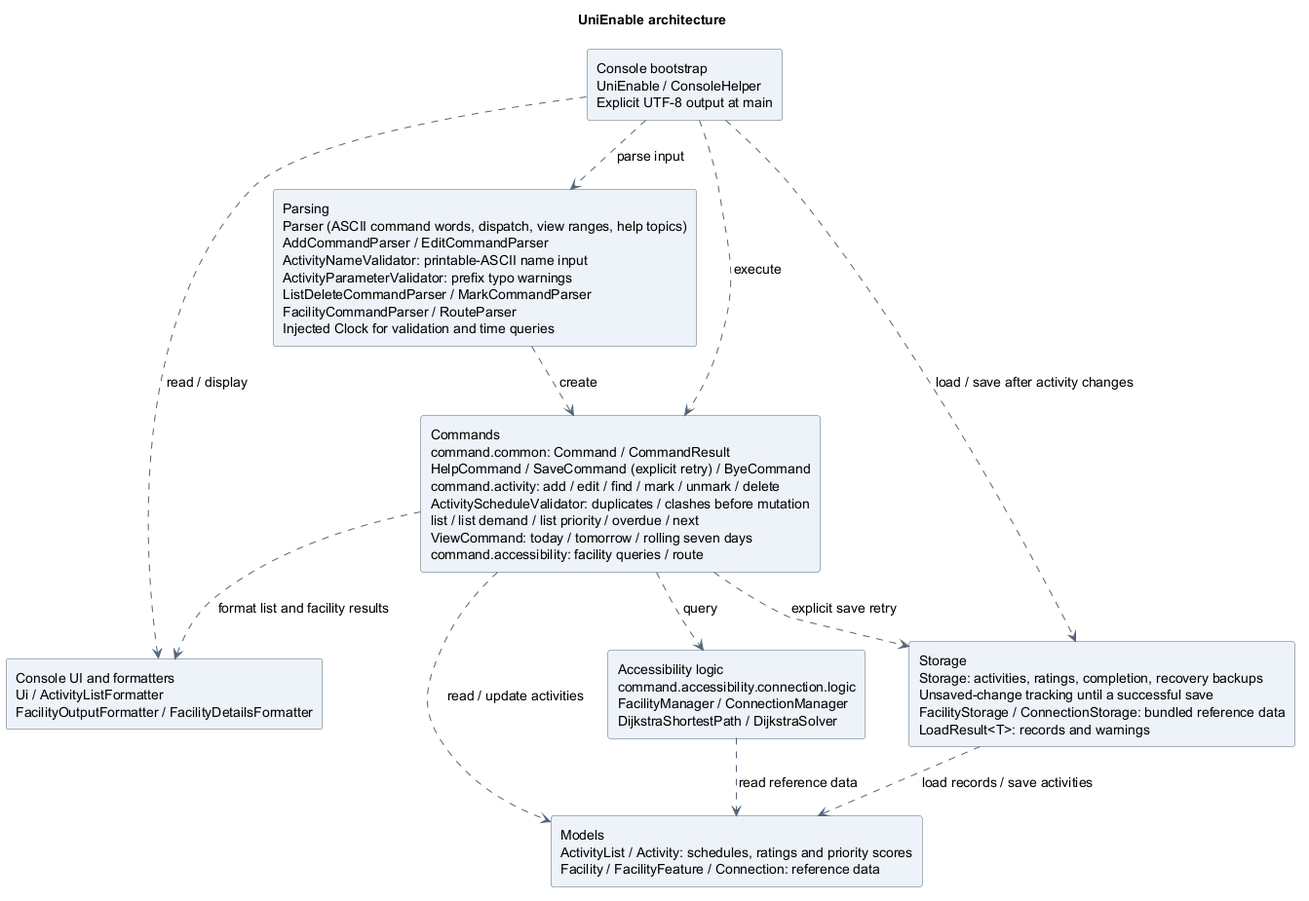
AY2627S1-CS2113-T10-4/tp keeps this PlantUML diagram as docs/images/luke/architecture/ArchitectureDiagram.png. Above is the earlier version.
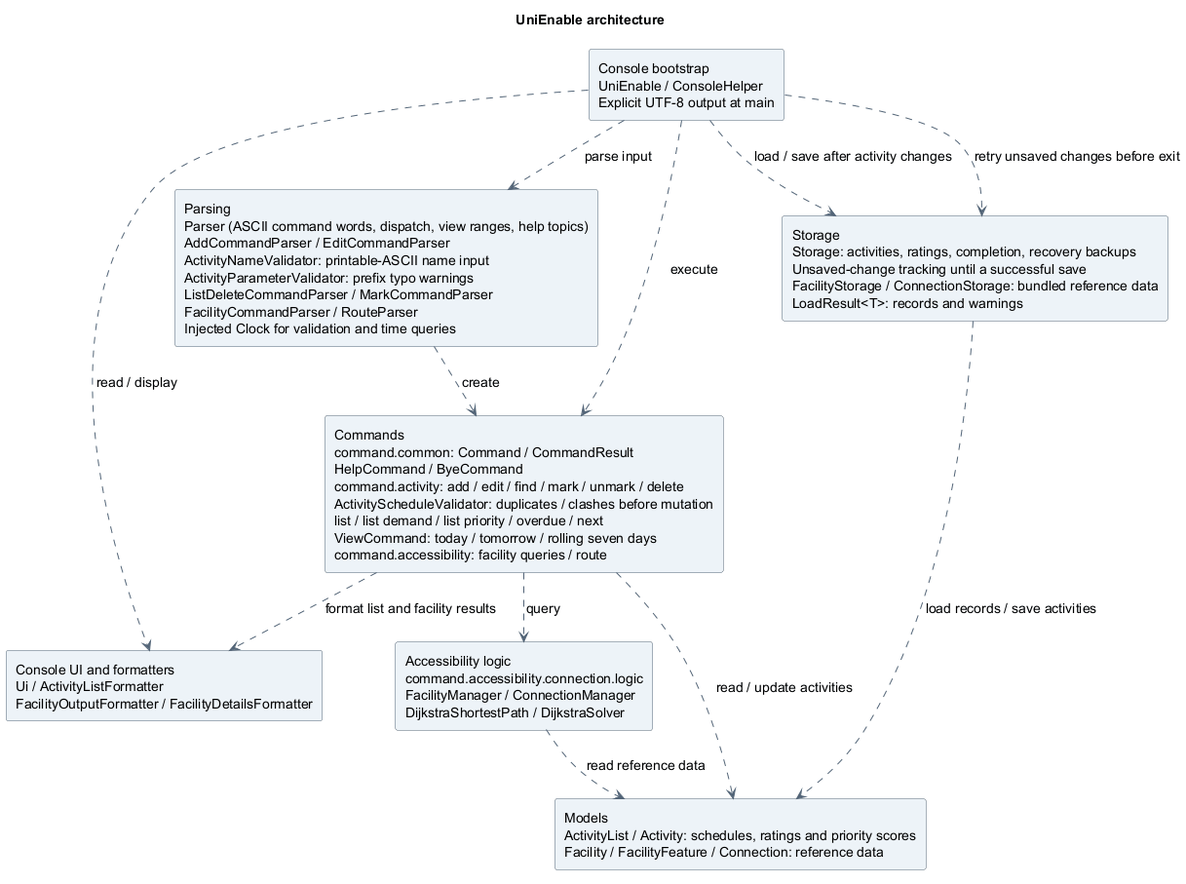
After the commit.

Diff of the diagram source:
```diff
@@ -17,7 +17,7 @@
 component "Console bootstrap\nUniEnable / ConsoleHelper\nExplicit UTF-8 output at main" as Console
 component "Console UI and formatters\nUi / ActivityListFormatter\nFacilityOutputFormatter / FacilityDetailsFormatter" as UI
 component "Parsing\nParser (ASCII command words, dispatch, view ranges, help topics)\nAddCommandParser / EditCommandParser\nActivityNameValidator: printable-ASCII name input\nActivityParameterValidator: prefix typo warnings\nListDeleteCommandParser / MarkCommandParser\nFacilityCommandParser / RouteParser\nInjected Clock for validation and time queries" as Parsing
-component "Commands\ncommand.common: Command / CommandResult\nHelpCommand / SaveCommand (explicit retry) / ByeCommand\ncommand.activity: add / edit / find / mark / unmark / delete\nActivityScheduleValidator: duplicates / clashes before mutation\nlist / list demand / list priority / overdue / next\nViewCommand: today / tomorrow / rolling seven days\ncommand.accessibility: facility queries / route" as Commands
+component "Commands\ncommand.common: Command / CommandResult\nHelpCommand / ByeCommand\ncommand.activity: add / edit / find / mark / unmark / delete\nActivityScheduleValidator: duplicates / clashes before mutation\nlist / list demand / list priority / overdue / next\nViewCommand: today / tomorrow / rolling seven days\ncommand.accessibility: facility queries / route" as Commands
 component "Storage\nStorage: activities, ratings, completion, recovery backups\nUnsaved-change tracking until a successful save\nFacilityStorage / ConnectionStorage: bundled reference data\nLoadResult<T>: records and warnings" as Storage
 component "Accessibility logic\ncommand.accessibility.connection.logic\nFacilityManager / ConnectionManager\nDijkstraShortestPath / DijkstraSolver" as Accessibility
 component "Models\nActivityList / Activity: schedules, ratings and priority scores\nFacility / FacilityFeature / Connection: reference data" as Models
@@ -28,7 +28,7 @@
 Console ..> Storage : load / save after activity changes
 Parsing ..> Commands : create
 Commands ..> Models : read / update activities
-Commands ..> Storage : explicit save retry
+Console ..> Storage : retry unsaved changes before exit
 Commands ..> Accessibility : query
 Commands ..> UI : format list and facility results
 Accessibility ..> Models : read reference data
```
